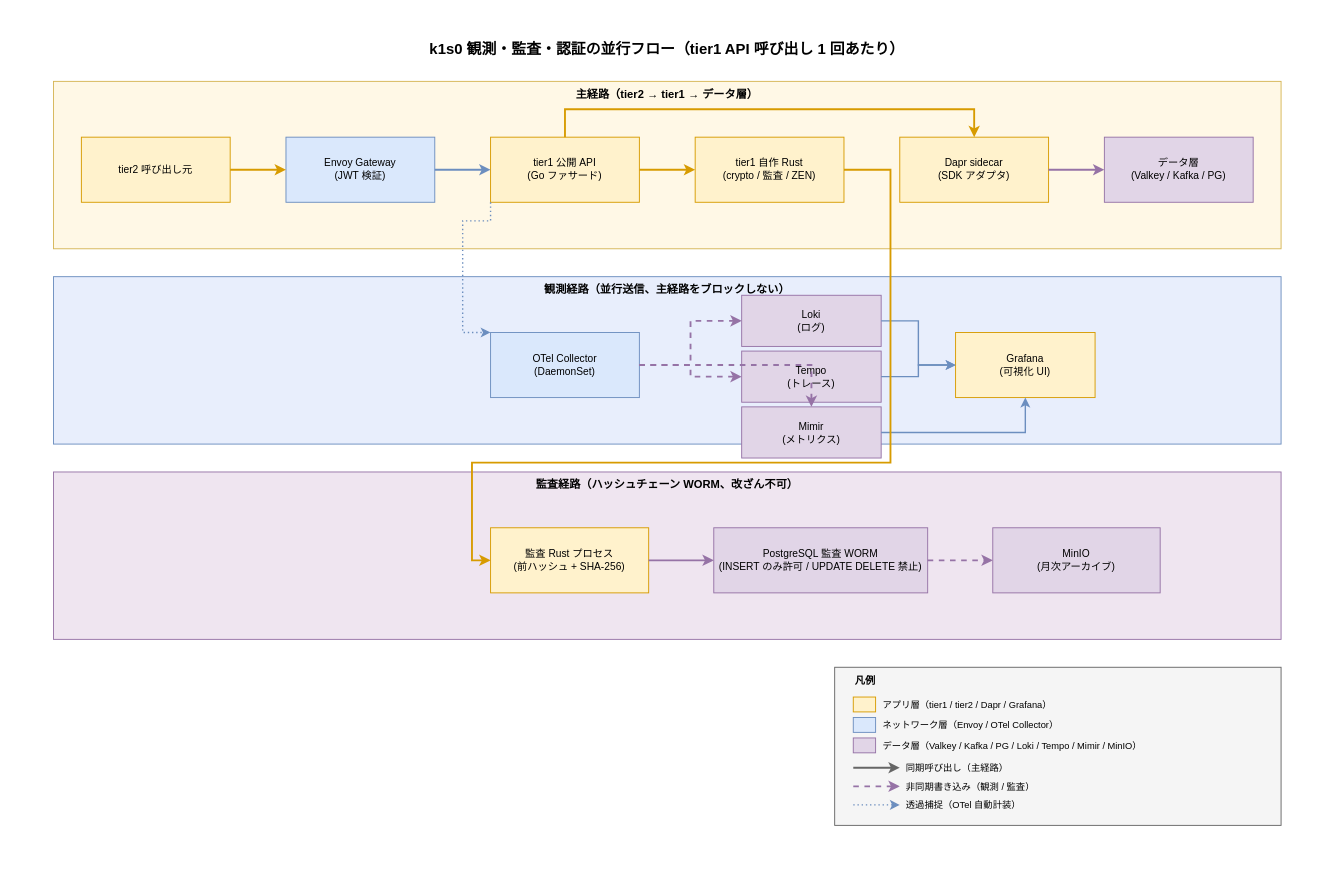
Earlier version of the draw.io diagram docs/04_概要設計/10_システム方式設計/img/観測監査並行フロー.drawio (RyuheiKiso/k1s0). Source tidied: cells renumbered, new cells numbered last; positions are measured from the earlier drawing's top-left corner, leaving out a move shared by most shapes. Both pictures are drawn from the tidied source at 93%, with x=0, y=0 at pixel (16, 16).
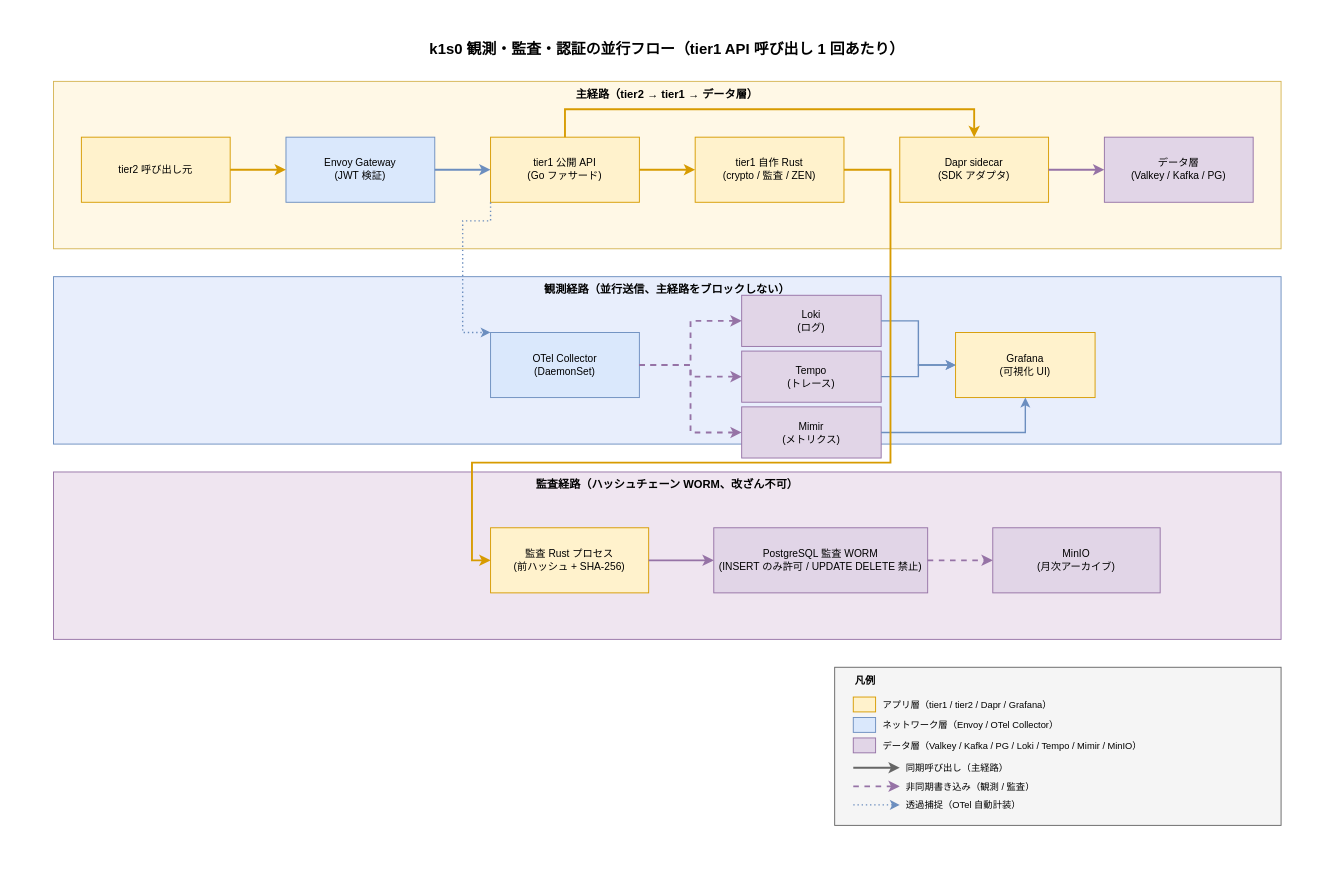
After the change.

The change refers to these unchanged cells:
```xml
<mxCell id="12" value="OTel Collector&#10;(DaemonSet)" style="rounded=0;whiteSpace=wrap;html=1;fillColor=#dae8fc;strokeColor=#6c8ebf;fontSize=11;" parent="1" vertex="1">
  <mxGeometry x="510" y="340" width="160" height="70" as="geometry" />
</mxCell>
<mxCell id="15" value="Mimir&#10;(メトリクス)" style="rounded=0;whiteSpace=wrap;html=1;fillColor=#e1d5e7;strokeColor=#9673a6;fontSize=11;" parent="1" vertex="1">
  <mxGeometry x="780" y="420" width="150" height="55" as="geometry" />
</mxCell>
```

What changed in the source:
```diff
@@
-    <mxCell id="29" style="edgeStyle=orthogonalEdgeStyle;rounded=0;html=1;strokeWidth=2;strokeColor=#9673a6;dashed=1;" parent="1" edge="1" source="12" target="15">
+    <mxCell id="29" style="edgeStyle=orthogonalEdgeStyle;rounded=0;html=1;strokeWidth=2;strokeColor=#9673a6;dashed=1;entryX=0;entryY=0.5;entryDx=0;entryDy=0;" parent="1" edge="1" source="12" target="15">
       <mxGeometry relative="1" as="geometry" />
     </mxCell>
```
